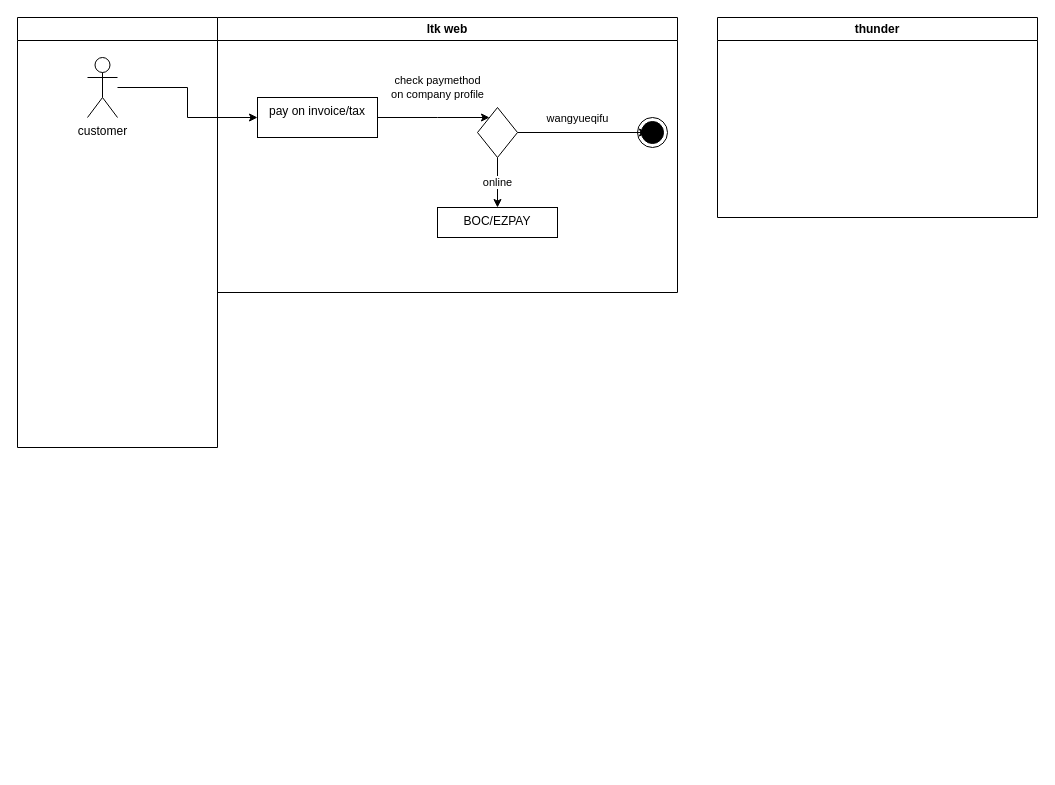
Above: 未命名绘图.drawio in yi2003/diagram (draw.io), before the change. Source tidied: cells renumbered, new cells numbered last; positions are measured from the earlier drawing's top-left corner, leaving out a move shared by most shapes. Both pictures are drawn from the tidied source at 100%, with x=0, y=0 at pixel (17, 17).
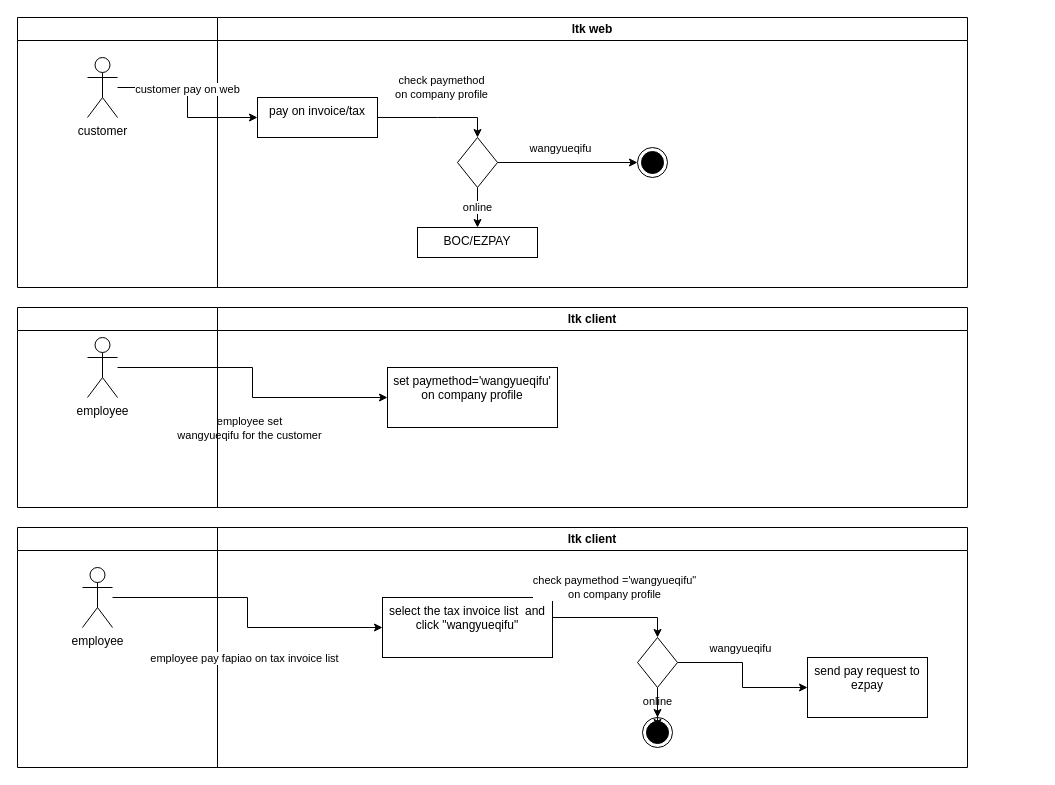
Above is the later version.

Commit message (it also covers changes not shown here):
更新未命名绘图.drawio

The change refers to these unchanged cells:
```xml
<mxCell id="15" style="edgeStyle=orthogonalEdgeStyle;rounded=0;jettySize=auto;html=1;" parent="1" edge="1" source="3" target="6">
  <mxGeometry relative="1" as="geometry" />
</mxCell>
```

The edit, as a diff of the source:
```diff
@@
     <mxCell id="2" style="swimlane;whiteSpace=wrap;html=1;" parent="1" vertex="1">
-      <mxGeometry width="200" height="430" as="geometry" />
+      <mxGeometry width="200" height="270" as="geometry" />
     </mxCell>
@@
     <mxCell id="4" value="ltk web" style="swimlane;whiteSpace=wrap;html=1;startSize=23;" parent="1" vertex="1">
-      <mxGeometry x="200" width="460" height="275" as="geometry" />
+      <mxGeometry x="200" width="750" height="270" as="geometry" />
     </mxCell>
@@
-    <mxCell id="8" style="edgeStyle=orthogonalEdgeStyle;rounded=0;jettySize=auto;html=1;" parent="4" edge="1" source="10">
-      <mxGeometry relative="1" as="geometry">
-        <mxPoint x="430" y="115" as="targetPoint" />
-        <Array as="points">
-          <mxPoint x="424" y="115" />
-        </Array>
-      </mxGeometry>
+    <mxCell id="8" style="edgeStyle=orthogonalEdgeStyle;rounded=0;jettySize=auto;html=1;entryX=0;entryY=0.5;entryDx=0;entryDy=0;" parent="4" edge="1" source="10" target="13">
+      <mxGeometry relative="1" as="geometry" />
     </mxCell>
@@
     <mxCell id="10" style="rhombus;whiteSpace=wrap;html=1;verticalAlign=top;" parent="4" vertex="1">
-      <mxGeometry x="260" y="90" width="40" height="50" as="geometry" />
+      <mxGeometry x="240" y="120" width="40" height="50" as="geometry" />
     </mxCell>
@@
     <mxCell id="12" value="BOC/EZPAY" style="whiteSpace=wrap;html=1;verticalAlign=top;" parent="4" vertex="1">
-      <mxGeometry x="220" y="190" width="120" height="30" as="geometry" />
+      <mxGeometry x="200" y="210" width="120" height="30" as="geometry" />
     </mxCell>
     <mxCell id="13" style="ellipse;html=1;shape=endState;fillColor=strokeColor;" parent="4" vertex="1">
-      <mxGeometry x="420" y="100" width="30" height="30" as="geometry" />
+      <mxGeometry x="420" y="130" width="30" height="30" as="geometry" />
     </mxCell>
-    <mxCell id="14" value="thunder" style="swimlane;whiteSpace=wrap;html=1;" parent="1" vertex="1">
-      <mxGeometry x="700" width="320" height="200" as="geometry" />
-    </mxCell>
@@
+    <mxCell id="16" value="customer pay on web" style="edgeLabel;html=1;align=center;verticalAlign=middle;" parent="15" vertex="1">
+      <mxGeometry x="-0.16" y="-1" relative="1" as="geometry" />
+    </mxCell>
+    <mxCell id="17" style="edgeStyle=orthogonalEdgeStyle;rounded=0;jettySize=auto;html=1;" parent="1" edge="1" source="19" target="22">
+      <mxGeometry relative="1" as="geometry" />
+    </mxCell>
+    <mxCell id="18" value="employee set &lt;br&gt;wangyueqifu for the customer&lt;br&gt;" style="edgeLabel;html=1;align=center;verticalAlign=middle;" parent="17" vertex="1">
+      <mxGeometry x="-0.47" y="-2" relative="1" as="geometry">
+        <mxPoint x="51" y="58" as="offset" />
+      </mxGeometry>
+    </mxCell>
+    <mxCell id="19" value="employee" style="shape=umlActor;verticalLabelPosition=bottom;verticalAlign=top;html=1;" parent="1" vertex="1">
+      <mxGeometry x="70" y="320" width="30" height="60" as="geometry" />
+    </mxCell>
+    <mxCell id="20" style="swimlane;whiteSpace=wrap;html=1;" parent="1" vertex="1">
+      <mxGeometry y="290" width="200" height="200" as="geometry" />
+    </mxCell>
+    <mxCell id="21" value="ltk client" style="swimlane;whiteSpace=wrap;html=1;" parent="1" vertex="1">
+      <mxGeometry x="200" y="290" width="750" height="200" as="geometry" />
+    </mxCell>
+    <mxCell id="22" value="set paymethod='wangyueqifu' on company profile" style="whiteSpace=wrap;html=1;verticalAlign=top;" parent="21" vertex="1">
+      <mxGeometry x="170" y="60" width="170" height="60" as="geometry" />
+    </mxCell>
+    <mxCell id="23" style="swimlane;whiteSpace=wrap;html=1;" parent="1" vertex="1">
+      <mxGeometry y="510" width="200" height="240" as="geometry" />
+    </mxCell>
+    <mxCell id="24" value="ltk client" style="swimlane;whiteSpace=wrap;html=1;" parent="1" vertex="1">
+      <mxGeometry x="200" y="510" width="750" height="240" as="geometry" />
+    </mxCell>
+    <mxCell id="25" value="employee" style="shape=umlActor;verticalLabelPosition=bottom;verticalAlign=top;html=1;" parent="24" vertex="1">
+      <mxGeometry x="-135" y="40" width="30" height="60" as="geometry" />
+    </mxCell>
+    <mxCell id="26" value="select the tax invoice list&amp;nbsp; and click &quot;wangyueqifu&quot;" style="whiteSpace=wrap;html=1;verticalAlign=top;" parent="24" vertex="1">
+      <mxGeometry x="165" y="70" width="170" height="60" as="geometry" />
+    </mxCell>
+    <mxCell id="27" style="edgeStyle=orthogonalEdgeStyle;rounded=0;jettySize=auto;html=1;" parent="24" edge="1" source="25" target="26">
+      <mxGeometry relative="1" as="geometry" />
+    </mxCell>
+    <mxCell id="28" value="employee pay fapiao on tax invoice list" style="edgeLabel;html=1;align=center;verticalAlign=middle;" parent="27" vertex="1">
+      <mxGeometry x="-0.47" y="-2" relative="1" as="geometry">
+        <mxPoint x="51" y="58" as="offset" />
+      </mxGeometry>
+    </mxCell>
+    <mxCell id="29" value="check paymethod ='wangyueqifu&quot;&lt;br&gt;on company profile" style="edgeStyle=orthogonalEdgeStyle;rounded=0;jettySize=auto;html=1;exitX=1;exitY=0.5;exitDx=0;exitDy=0;" parent="1" edge="1" source="26" target="33">
+      <mxGeometry x="0.07" y="30" relative="1" as="geometry">
+        <Array as="points">
+          <mxPoint x="535" y="600" />
+          <mxPoint x="640" y="600" />
+        </Array>
+      </mxGeometry>
+    </mxCell>
+    <mxCell id="30" value="online" style="edgeStyle=orthogonalEdgeStyle;rounded=0;jettySize=auto;html=1;" parent="1" edge="1" source="35">
+      <mxGeometry relative="1" as="geometry">
+        <mxPoint x="640" y="710" as="targetPoint" />
+      </mxGeometry>
+    </mxCell>
+    <mxCell id="31" value="wangyueqifu" style="edgeLabel;html=1;align=center;verticalAlign=middle;" parent="1" vertex="1">
+      <mxGeometry x="722" y="630" as="geometry" />
+    </mxCell>
+    <mxCell id="32" style="edgeStyle=orthogonalEdgeStyle;rounded=0;jettySize=auto;html=1;" parent="1" edge="1" source="33" target="36">
+      <mxGeometry relative="1" as="geometry" />
+    </mxCell>
+    <mxCell id="33" style="rhombus;whiteSpace=wrap;html=1;verticalAlign=top;" parent="1" vertex="1">
+      <mxGeometry x="620" y="620" width="40" height="50" as="geometry" />
+    </mxCell>
+    <mxCell id="34" style="edgeStyle=orthogonalEdgeStyle;rounded=0;jettySize=auto;html=1;" parent="1" edge="1" source="33" target="35">
+      <mxGeometry relative="1" as="geometry" />
+    </mxCell>
+    <mxCell id="35" style="ellipse;html=1;shape=endState;fillColor=strokeColor;" parent="1" vertex="1">
+      <mxGeometry x="625" y="700" width="30" height="30" as="geometry" />
+    </mxCell>
+    <mxCell id="36" value="send pay request to ezpay" style="whiteSpace=wrap;html=1;verticalAlign=top;" parent="1" vertex="1">
+      <mxGeometry x="790" y="640" width="120" height="60" as="geometry" />
+    </mxCell>
```
